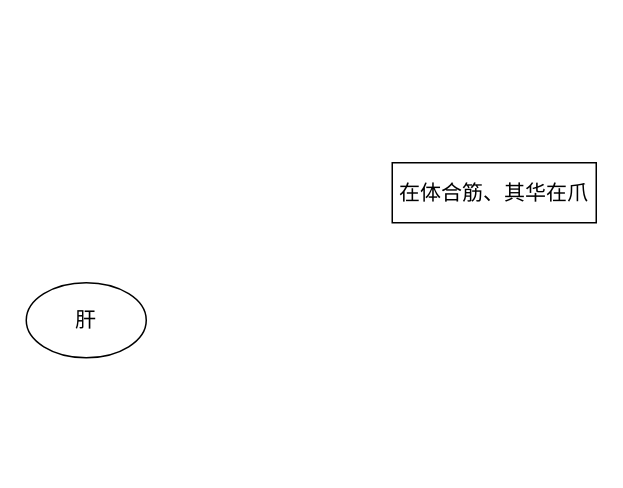
This is 医门推敲叁/中医藏象学说/藏象学说之肝/肝与形、窍、志、液、时的关系/肝与形、窍、志、液、时的关系.drawio from 328507133/chart, a draw.io file, before an edit. Source tidied: cells renumbered, new cells numbered last; positions are measured from the earlier drawing's top-left corner, leaving out a move shared by most shapes. Both pictures are drawn from the tidied source at 150%, with x=0, y=0 at pixel (26, 162).
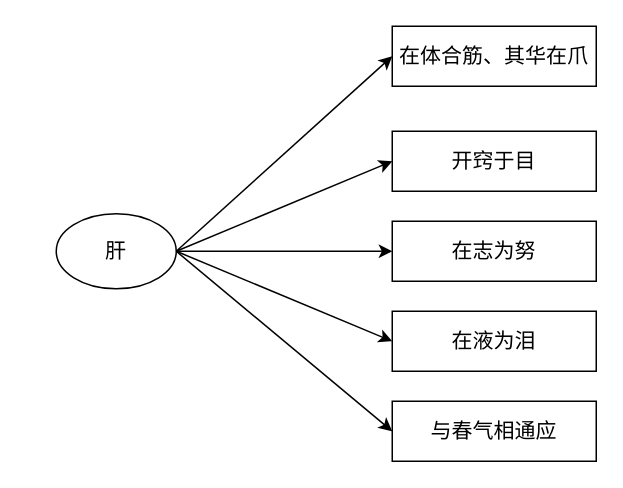
The same diagram, later.

Commit message (it also covers changes not shown here):
更新肝与形、窍、志、液、时的关系.drawio

The edit, as a diff of the source:
```diff
@@
 <mxGraphModel>
   <root>
     <mxCell id="0" />
     <mxCell id="1" parent="0" />
     <mxCell id="2" value="肝" style="ellipse;whiteSpace=wrap;html=1;fontSize=14;" parent="1" vertex="1">
-      <mxGeometry y="80" width="80" height="50" as="geometry" />
+      <mxGeometry x="20" y="34" width="80" height="50" as="geometry" />
     </mxCell>
     <mxCell id="3" value="在体合筋、其华在爪" style="text;html=1;align=center;verticalAlign=middle;whiteSpace=wrap;rounded=0;strokeColor=default;fontSize=14;" parent="1" vertex="1">
-      <mxGeometry x="244" width="136" height="40" as="geometry" />
+      <mxGeometry x="244" y="-91" width="136" height="40" as="geometry" />
     </mxCell>
+    <mxCell id="4" value="开窍于目" style="text;html=1;align=center;verticalAlign=middle;whiteSpace=wrap;rounded=0;strokeColor=default;fontSize=14;" parent="1" vertex="1">
+      <mxGeometry x="244" y="-21" width="136" height="40" as="geometry" />
+    </mxCell>
+    <mxCell id="5" value="在志为努" style="text;html=1;align=center;verticalAlign=middle;whiteSpace=wrap;rounded=0;strokeColor=default;fontSize=14;" parent="1" vertex="1">
+      <mxGeometry x="244" y="39" width="136" height="40" as="geometry" />
+    </mxCell>
+    <mxCell id="6" value="在液为泪" style="text;html=1;align=center;verticalAlign=middle;whiteSpace=wrap;rounded=0;strokeColor=default;fontSize=14;" parent="1" vertex="1">
+      <mxGeometry x="244" y="99" width="136" height="40" as="geometry" />
+    </mxCell>
+    <mxCell id="7" value="与春气相通应" style="text;html=1;align=center;verticalAlign=middle;whiteSpace=wrap;rounded=0;strokeColor=default;fontSize=14;" parent="1" vertex="1">
+      <mxGeometry x="244" y="159" width="136" height="40" as="geometry" />
+    </mxCell>
+    <mxCell id="8" style="endArrow=classic;html=1;rounded=0;entryX=0;entryY=0.5;entryDx=0;entryDy=0;exitX=1;exitY=0.5;exitDx=0;exitDy=0;" parent="1" edge="1" source="2" target="3">
+      <mxGeometry relative="1" as="geometry" />
+    </mxCell>
+    <mxCell id="9" style="endArrow=classic;html=1;rounded=0;entryX=0;entryY=0.5;entryDx=0;entryDy=0;exitX=1;exitY=0.5;exitDx=0;exitDy=0;" parent="1" edge="1" source="2" target="4">
+      <mxGeometry relative="1" as="geometry" />
+    </mxCell>
+    <mxCell id="10" style="endArrow=classic;html=1;rounded=0;entryX=0;entryY=0.5;entryDx=0;entryDy=0;exitX=1;exitY=0.5;exitDx=0;exitDy=0;" parent="1" edge="1" source="2" target="5">
+      <mxGeometry relative="1" as="geometry" />
+    </mxCell>
+    <mxCell id="11" style="endArrow=classic;html=1;rounded=0;entryX=0;entryY=0.5;entryDx=0;entryDy=0;exitX=1;exitY=0.5;exitDx=0;exitDy=0;" parent="1" edge="1" source="2" target="6">
+      <mxGeometry relative="1" as="geometry" />
+    </mxCell>
+    <mxCell id="12" style="endArrow=classic;html=1;rounded=0;entryX=0;entryY=0.5;entryDx=0;entryDy=0;exitX=1;exitY=0.5;exitDx=0;exitDy=0;" parent="1" edge="1" source="2" target="7">
+      <mxGeometry relative="1" as="geometry" />
+    </mxCell>
   </root>
 </mxGraphModel>
```
